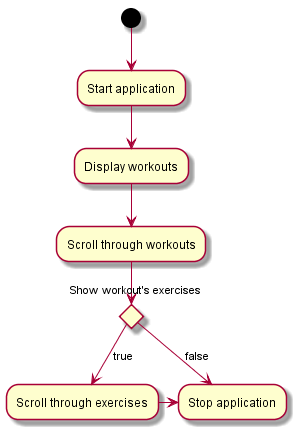
This is doc/ds/activity_diagram.png from karolinaoparczyk/Dart_Flutter, a PlantUML export, as it was before one commit.
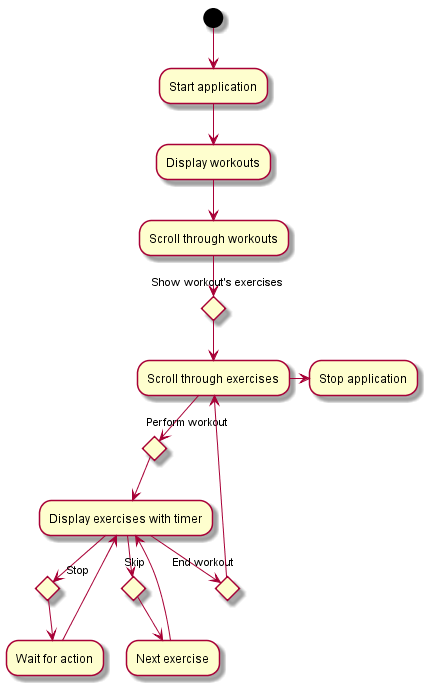
Later version of the same file.

The edit, as a diff of the source:
```diff
@@ -3,9 +3,17 @@
 "Start application" --> "Display workouts"
 "Display workouts" --> "Scroll through workouts"
 if "Show workout's exercises" then
-  -->[true] "Scroll through exercises"
+  -->"Scroll through exercises"
+  if "Perform workout" then
+    -->"Display exercises with timer"
+        if "Stop" then
+            -->"Wait for action"
+            -->"Display exercises with timer"
+        if "Skip" then
+            -->"Next exercise"
+            -->"Display exercises with timer"
+    if "End workout" then
+        --> "Scroll through exercises"
   -right-> "Stop application"
-else
-  -->[false] "Stop application"
 endif
 @enduml
```
